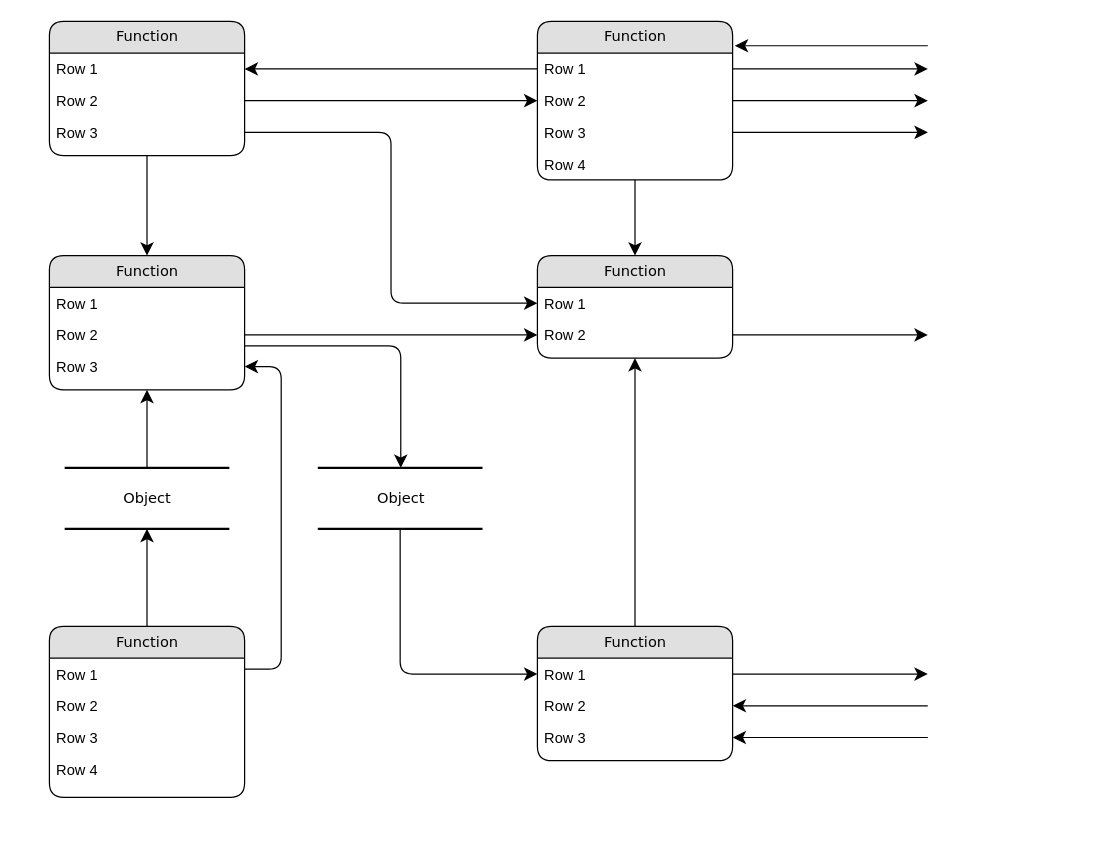
Kythonlk/delivery-system-dhabione keeps this draw.io diagram as Untitled Diagram.drawio. Above is the earlier version. Source tidied: cells renumbered, new cells numbered last; positions are measured from the earlier drawing's top-left corner, leaving out a move shared by most shapes. Both pictures are drawn from the tidied source at 122%, with x=0, y=0 at pixel (49, 21).
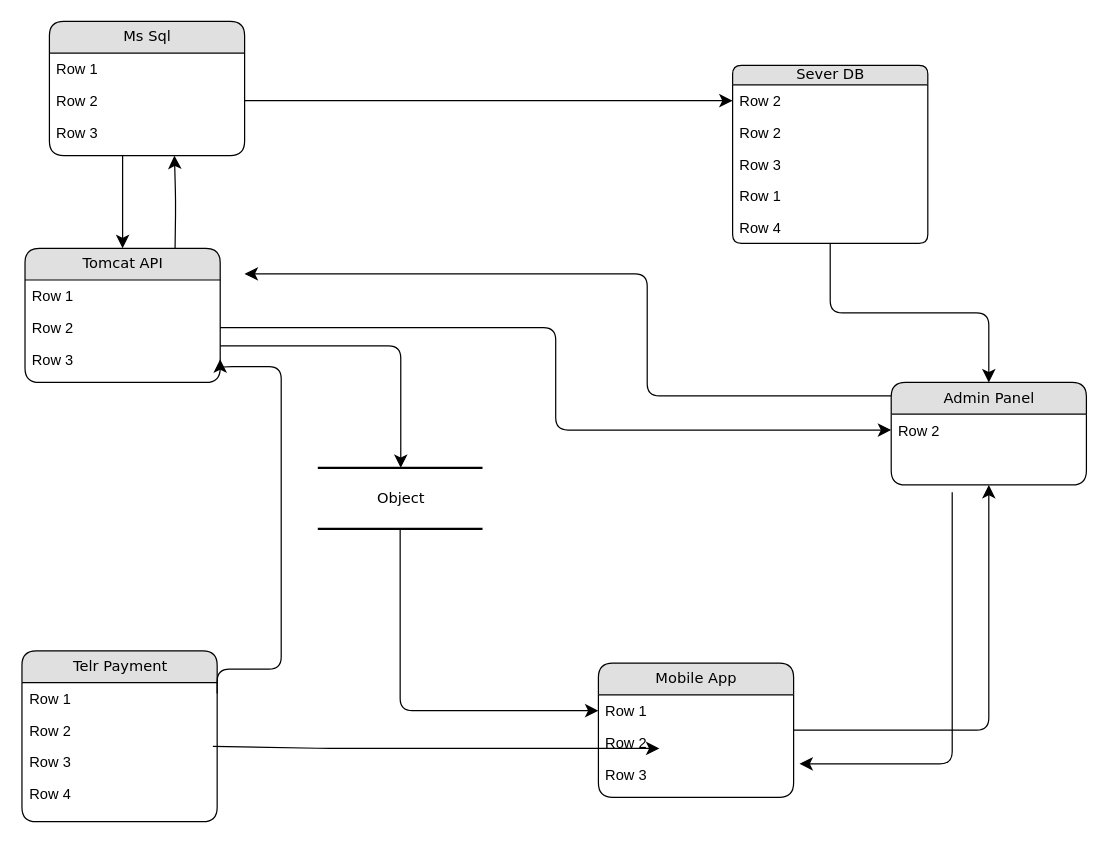
After the change.

The change refers to these unchanged cells:
```xml
<mxCell id="4" value="Row 1" style="text;html=1;strokeColor=none;fillColor=none;spacingLeft=4;spacingRight=4;whiteSpace=wrap;overflow=hidden;points=[[0,0.5],[1,0.5]];portConstraint=eastwest;" parent="3" vertex="1">
  <mxGeometry y="26" width="160" height="26" as="geometry" />
</mxCell>
<mxCell id="6" value="Row 3" style="text;html=1;strokeColor=none;fillColor=none;spacingLeft=4;spacingRight=4;whiteSpace=wrap;overflow=hidden;points=[[0,0.5],[1,0.5]];portConstraint=eastwest;" parent="3" vertex="1">
  <mxGeometry y="78" width="160" height="26" as="geometry" />
</mxCell>
<mxCell id="19" value="Row 3" style="text;html=1;strokeColor=none;fillColor=none;spacingLeft=4;spacingRight=4;whiteSpace=wrap;overflow=hidden;points=[[0,0.5],[1,0.5]];portConstraint=eastwest;" parent="16" vertex="1">
  <mxGeometry y="78" width="160" height="26" as="geometry" />
</mxCell>
<mxCell id="25" value="Row 1" style="text;html=1;strokeColor=none;fillColor=none;spacingLeft=4;spacingRight=4;whiteSpace=wrap;overflow=hidden;points=[[0,0.5],[1,0.5]];portConstraint=eastwest;" parent="24" vertex="1">
  <mxGeometry y="26" width="160" height="26" as="geometry" />
</mxCell>
<mxCell id="26" value="Row 2" style="text;html=1;strokeColor=none;fillColor=none;spacingLeft=4;spacingRight=4;whiteSpace=wrap;overflow=hidden;points=[[0,0.5],[1,0.5]];portConstraint=eastwest;" parent="24" vertex="1">
  <mxGeometry y="52" width="160" height="26" as="geometry" />
</mxCell>
<mxCell id="27" value="Row 3" style="text;html=1;strokeColor=none;fillColor=none;spacingLeft=4;spacingRight=4;whiteSpace=wrap;overflow=hidden;points=[[0,0.5],[1,0.5]];portConstraint=eastwest;" parent="24" vertex="1">
  <mxGeometry y="78" width="160" height="26" as="geometry" />
</mxCell>
```

The edit, as a diff of the source:
```diff
@@
-    <mxCell id="2" value="Object" style="html=1;rounded=0;shadow=0;comic=0;labelBackgroundColor=none;strokeWidth=2;fontFamily=Verdana;fontSize=12;align=center;shape=mxgraph.ios7ui.horLines;" parent="1" vertex="1">
-      <mxGeometry x="12.5" y="366" width="135" height="50" as="geometry" />
-    </mxCell>
+    <mxCell id="49" style="edgeStyle=orthogonalEdgeStyle;html=1;labelBackgroundColor=none;startFill=0;startSize=8;endFill=1;endSize=8;fontFamily=Verdana;fontSize=12;" parent="1" edge="1">
+      <mxGeometry relative="1" as="geometry">
+        <mxPoint x="690" y="307" as="sourcePoint" />
+        <mxPoint x="160" y="207" as="targetPoint" />
+        <Array as="points">
+          <mxPoint x="490" y="307" />
+          <mxPoint x="490" y="207" />
+        </Array>
+      </mxGeometry>
+    </mxCell>
-    <mxCell id="3" value="Function" style="swimlane;html=1;fontStyle=0;horizontal=1;startSize=26;fillColor=#e0e0e0;swimlaneFillColor=#ffffff;align=center;rounded=1;shadow=0;comic=0;labelBackgroundColor=none;strokeWidth=1;fontFamily=Verdana;fontSize=12;" parent="1" vertex="1">
+    <mxCell id="3" value="Ms Sql" style="swimlane;html=1;fontStyle=0;horizontal=1;startSize=26;fillColor=#e0e0e0;swimlaneFillColor=#ffffff;align=center;rounded=1;shadow=0;comic=0;labelBackgroundColor=none;strokeWidth=1;fontFamily=Verdana;fontSize=12;" parent="1" vertex="1">
       <mxGeometry width="160" height="110" as="geometry" />
     </mxCell>
@@
-    <mxCell id="7" value="Function" style="swimlane;html=1;fontStyle=0;horizontal=1;startSize=26;fillColor=#e0e0e0;swimlaneFillColor=#ffffff;align=center;rounded=1;shadow=0;comic=0;labelBackgroundColor=none;strokeWidth=1;fontFamily=Verdana;fontSize=12;" parent="1" vertex="1">
-      <mxGeometry x="400" width="160" height="130" as="geometry" />
+    <mxCell id="7" value="Sever DB" style="swimlane;html=1;fontStyle=0;horizontal=1;startSize=16;fillColor=#e0e0e0;swimlaneFillColor=#ffffff;align=center;rounded=1;shadow=0;comic=0;labelBackgroundColor=none;strokeWidth=1;fontFamily=Verdana;fontSize=12;" parent="1" vertex="1">
+      <mxGeometry x="560" y="36" width="160" height="146" as="geometry" />
     </mxCell>
+    <mxCell id="9" value="Row 2" style="text;html=1;strokeColor=none;fillColor=none;spacingLeft=4;spacingRight=4;whiteSpace=wrap;overflow=hidden;points=[[0,0.5],[1,0.5]];portConstraint=eastwest;" parent="7" vertex="1">
+      <mxGeometry y="16" width="160" height="26" as="geometry" />
+    </mxCell>
+    <mxCell id="50" value="Row 2" style="text;html=1;strokeColor=none;fillColor=none;spacingLeft=4;spacingRight=4;whiteSpace=wrap;overflow=hidden;" parent="7" vertex="1">
+      <mxGeometry y="42" width="160" height="26" as="geometry" />
+    </mxCell>
+    <mxCell id="10" value="Row 3" style="text;html=1;strokeColor=none;fillColor=none;spacingLeft=4;spacingRight=4;whiteSpace=wrap;overflow=hidden;points=[[0,0.5],[1,0.5]];portConstraint=eastwest;" parent="7" vertex="1">
+      <mxGeometry y="68" width="160" height="26" as="geometry" />
+    </mxCell>
     <mxCell id="8" value="Row 1" style="text;html=1;strokeColor=none;fillColor=none;spacingLeft=4;spacingRight=4;whiteSpace=wrap;overflow=hidden;points=[[0,0.5],[1,0.5]];portConstraint=eastwest;" parent="7" vertex="1">
-      <mxGeometry y="26" width="160" height="26" as="geometry" />
+      <mxGeometry y="94" width="160" height="26" as="geometry" />
     </mxCell>
-    <mxCell id="9" value="Row 2" style="text;html=1;strokeColor=none;fillColor=none;spacingLeft=4;spacingRight=4;whiteSpace=wrap;overflow=hidden;points=[[0,0.5],[1,0.5]];portConstraint=eastwest;" parent="7" vertex="1">
-      <mxGeometry y="52" width="160" height="26" as="geometry" />
-    </mxCell>
-    <mxCell id="10" value="Row 3" style="text;html=1;strokeColor=none;fillColor=none;spacingLeft=4;spacingRight=4;whiteSpace=wrap;overflow=hidden;points=[[0,0.5],[1,0.5]];portConstraint=eastwest;" parent="7" vertex="1">
-      <mxGeometry y="78" width="160" height="26" as="geometry" />
-    </mxCell>
     <mxCell id="11" value="Row 4" style="text;html=1;strokeColor=none;fillColor=none;spacingLeft=4;spacingRight=4;whiteSpace=wrap;overflow=hidden;" parent="7" vertex="1">
-      <mxGeometry y="104" width="160" height="26" as="geometry" />
+      <mxGeometry y="120" width="160" height="26" as="geometry" />
     </mxCell>
-    <mxCell id="12" value="Function" style="swimlane;html=1;fontStyle=0;horizontal=1;startSize=26;fillColor=#e0e0e0;swimlaneFillColor=#ffffff;align=center;rounded=1;shadow=0;comic=0;labelBackgroundColor=none;strokeWidth=1;fontFamily=Verdana;fontSize=12;" parent="1" vertex="1">
-      <mxGeometry y="192" width="160" height="110" as="geometry" />
+    <mxCell id="12" value="Tomcat API" style="swimlane;html=1;fontStyle=0;horizontal=1;startSize=26;fillColor=#e0e0e0;swimlaneFillColor=#ffffff;align=center;rounded=1;shadow=0;comic=0;labelBackgroundColor=none;strokeWidth=1;fontFamily=Verdana;fontSize=12;" parent="1" vertex="1">
+      <mxGeometry x="-20" y="186" width="160" height="110" as="geometry" />
     </mxCell>
@@
-    <mxCell id="16" value="Function" style="swimlane;html=1;fontStyle=0;horizontal=1;startSize=26;fillColor=#e0e0e0;swimlaneFillColor=#ffffff;align=center;rounded=1;shadow=0;comic=0;labelBackgroundColor=none;strokeWidth=1;fontFamily=Verdana;fontSize=12;" parent="1" vertex="1">
-      <mxGeometry y="496" width="160" height="140" as="geometry" />
+    <mxCell id="16" value="Telr Payment" style="swimlane;html=1;fontStyle=0;horizontal=1;startSize=26;fillColor=#e0e0e0;swimlaneFillColor=#ffffff;align=center;rounded=1;shadow=0;comic=0;labelBackgroundColor=none;strokeWidth=1;fontFamily=Verdana;fontSize=12;" parent="1" vertex="1">
+      <mxGeometry x="-22.5" y="516" width="160" height="140" as="geometry" />
     </mxCell>
@@
-    <mxCell id="21" value="Function" style="swimlane;html=1;fontStyle=0;horizontal=1;startSize=26;fillColor=#e0e0e0;swimlaneFillColor=#ffffff;align=center;rounded=1;shadow=0;comic=0;labelBackgroundColor=none;strokeWidth=1;fontFamily=Verdana;fontSize=12;" parent="1" vertex="1">
-      <mxGeometry x="400" y="192" width="160" height="84" as="geometry" />
+    <mxCell id="21" value="Admin Panel" style="swimlane;html=1;fontStyle=0;horizontal=1;startSize=26;fillColor=#e0e0e0;swimlaneFillColor=#ffffff;align=center;rounded=1;shadow=0;comic=0;labelBackgroundColor=none;strokeWidth=1;fontFamily=Verdana;fontSize=12;" parent="1" vertex="1">
+      <mxGeometry x="690" y="296" width="160" height="84" as="geometry" />
     </mxCell>
-    <mxCell id="22" value="Row 1" style="text;html=1;strokeColor=none;fillColor=none;spacingLeft=4;spacingRight=4;whiteSpace=wrap;overflow=hidden;points=[[0,0.5],[1,0.5]];portConstraint=eastwest;" parent="21" vertex="1">
-      <mxGeometry y="26" width="160" height="26" as="geometry" />
-    </mxCell>
     <mxCell id="23" value="Row 2" style="text;html=1;strokeColor=none;fillColor=none;spacingLeft=4;spacingRight=4;whiteSpace=wrap;overflow=hidden;points=[[0,0.5],[1,0.5]];portConstraint=eastwest;" parent="21" vertex="1">
-      <mxGeometry y="52" width="160" height="26" as="geometry" />
+      <mxGeometry y="26" width="160" height="26" as="geometry" />
     </mxCell>
-    <mxCell id="24" value="Function" style="swimlane;html=1;fontStyle=0;horizontal=1;startSize=26;fillColor=#e0e0e0;swimlaneFillColor=#ffffff;align=center;rounded=1;shadow=0;comic=0;labelBackgroundColor=none;strokeWidth=1;fontFamily=Verdana;fontSize=12;" parent="1" vertex="1">
-      <mxGeometry x="400" y="496" width="160" height="110" as="geometry" />
+    <mxCell id="24" value="Mobile App" style="swimlane;html=1;fontStyle=0;horizontal=1;startSize=26;fillColor=#e0e0e0;swimlaneFillColor=#ffffff;align=center;rounded=1;shadow=0;comic=0;labelBackgroundColor=none;strokeWidth=1;fontFamily=Verdana;fontSize=12;" parent="1" vertex="1">
+      <mxGeometry x="450" y="526" width="160" height="110" as="geometry" />
     </mxCell>
@@
-    <mxCell id="29" style="edgeStyle=none;html=1;labelBackgroundColor=none;startFill=0;startSize=8;endFill=1;endSize=8;fontFamily=Verdana;fontSize=12;" parent="1" edge="1" source="16" target="2">
-      <mxGeometry relative="1" as="geometry" />
+    <mxCell id="29" style="edgeStyle=none;html=1;labelBackgroundColor=none;startFill=0;startSize=8;endFill=1;endSize=8;fontFamily=Verdana;fontSize=12;exitX=0.978;exitY=0.008;exitDx=0;exitDy=0;exitPerimeter=0;" parent="1" edge="1" source="19">
+      <mxGeometry relative="1" as="geometry">
+        <mxPoint x="500" y="596" as="targetPoint" />
+        <Array as="points">
+          <mxPoint x="230" y="596" />
+        </Array>
+      </mxGeometry>
     </mxCell>
-    <mxCell id="30" style="edgeStyle=none;html=1;labelBackgroundColor=none;startFill=0;startSize=8;endFill=1;endSize=8;fontFamily=Verdana;fontSize=12;" parent="1" edge="1" source="2" target="12">
-      <mxGeometry relative="1" as="geometry" />
-    </mxCell>
@@
     <mxCell id="34" style="edgeStyle=orthogonalEdgeStyle;html=1;labelBackgroundColor=none;startFill=0;startSize=8;endFill=1;endSize=8;fontFamily=Verdana;fontSize=12;" parent="1" edge="1" source="3" target="12">
-      <mxGeometry relative="1" as="geometry" />
+      <mxGeometry relative="1" as="geometry">
+        <Array as="points">
+          <mxPoint x="60" y="136" />
+          <mxPoint x="60" y="136" />
+        </Array>
+      </mxGeometry>
     </mxCell>
@@
-    <mxCell id="38" style="edgeStyle=orthogonalEdgeStyle;html=1;exitX=0;exitY=0.5;entryX=1;entryY=0.5;labelBackgroundColor=none;startFill=0;startSize=8;endFill=1;endSize=8;fontFamily=Verdana;fontSize=12;" parent="1" edge="1" source="8" target="4">
-      <mxGeometry relative="1" as="geometry" />
+    <mxCell id="38" style="edgeStyle=orthogonalEdgeStyle;html=1;entryX=1;entryY=0.5;labelBackgroundColor=none;startFill=0;startSize=8;endFill=1;endSize=8;fontFamily=Verdana;fontSize=12;" parent="1" edge="1">
+      <mxGeometry relative="1" as="geometry">
+        <mxPoint x="103" y="186" as="sourcePoint" />
+        <mxPoint x="102.5" y="110" as="targetPoint" />
+      </mxGeometry>
     </mxCell>
-    <mxCell id="39" style="edgeStyle=orthogonalEdgeStyle;html=1;exitX=1;exitY=0.5;entryX=0;entryY=0.5;labelBackgroundColor=none;startFill=0;startSize=8;endFill=1;endSize=8;fontFamily=Verdana;fontSize=12;" parent="1" edge="1" source="6" target="22">
-      <mxGeometry relative="1" as="geometry" />
-    </mxCell>
@@
-    <mxCell id="41" style="edgeStyle=orthogonalEdgeStyle;html=1;labelBackgroundColor=none;startFill=0;startSize=8;endFill=1;endSize=8;fontFamily=Verdana;fontSize=12;" parent="1" edge="1" source="23">
-      <mxGeometry relative="1" as="geometry">
-        <mxPoint x="720" y="257" as="targetPoint" />
-      </mxGeometry>
-    </mxCell>
-    <mxCell id="42" style="edgeStyle=orthogonalEdgeStyle;html=1;exitX=1;exitY=0.5;labelBackgroundColor=none;startFill=0;startSize=8;endFill=1;endSize=8;fontFamily=Verdana;fontSize=12;" parent="1" edge="1" source="25">
-      <mxGeometry relative="1" as="geometry">
-        <mxPoint x="720" y="535" as="targetPoint" />
-      </mxGeometry>
-    </mxCell>
-    <mxCell id="43" style="edgeStyle=orthogonalEdgeStyle;html=1;labelBackgroundColor=none;startFill=0;startSize=8;endFill=1;endSize=8;fontFamily=Verdana;fontSize=12;entryX=1;entryY=0.5;" parent="1" edge="1" target="26">
+    <mxCell id="43" style="edgeStyle=orthogonalEdgeStyle;html=1;labelBackgroundColor=none;startFill=0;startSize=8;endFill=1;endSize=8;fontFamily=Verdana;fontSize=12;entryX=1.03;entryY=0.177;entryDx=0;entryDy=0;entryPerimeter=0;" parent="1" edge="1" target="27">
       <mxGeometry relative="1" as="geometry">
-        <mxPoint x="720" y="561" as="sourcePoint" />
+        <mxPoint x="740" y="386" as="sourcePoint" />
         <Array as="points">
-          <mxPoint x="720" y="561" />
+          <mxPoint x="740" y="609" />
         </Array>
       </mxGeometry>
     </mxCell>
-    <mxCell id="44" style="edgeStyle=orthogonalEdgeStyle;html=1;labelBackgroundColor=none;startFill=0;startSize=8;endFill=1;endSize=8;fontFamily=Verdana;fontSize=12;entryX=1;entryY=0.5;" parent="1" edge="1" target="27">
-      <mxGeometry relative="1" as="geometry">
-        <mxPoint x="720" y="587" as="sourcePoint" />
-        <Array as="points">
-          <mxPoint x="640" y="587" />
-          <mxPoint x="640" y="587" />
-        </Array>
-      </mxGeometry>
-    </mxCell>
-    <mxCell id="45" style="edgeStyle=orthogonalEdgeStyle;html=1;exitX=1;exitY=0.5;labelBackgroundColor=none;startFill=0;startSize=8;endFill=1;endSize=8;fontFamily=Verdana;fontSize=12;" parent="1" edge="1" source="8">
-      <mxGeometry relative="1" as="geometry">
-        <mxPoint x="720" y="39" as="targetPoint" />
-      </mxGeometry>
-    </mxCell>
-    <mxCell id="46" style="edgeStyle=orthogonalEdgeStyle;html=1;exitX=1;exitY=0.5;labelBackgroundColor=none;startFill=0;startSize=8;endFill=1;endSize=8;fontFamily=Verdana;fontSize=12;" parent="1" edge="1" source="9">
-      <mxGeometry relative="1" as="geometry">
-        <mxPoint x="720" y="65" as="targetPoint" />
-      </mxGeometry>
-    </mxCell>
-    <mxCell id="47" style="edgeStyle=orthogonalEdgeStyle;html=1;exitX=1;exitY=0.5;labelBackgroundColor=none;startFill=0;startSize=8;endFill=1;endSize=8;fontFamily=Verdana;fontSize=12;" parent="1" edge="1" source="10">
-      <mxGeometry relative="1" as="geometry">
-        <mxPoint x="720" y="91" as="targetPoint" />
-      </mxGeometry>
-    </mxCell>
-    <mxCell id="48" style="edgeStyle=elbowEdgeStyle;html=1;labelBackgroundColor=none;startFill=0;startSize=8;endFill=1;endSize=8;fontFamily=Verdana;fontSize=12;elbow=vertical;entryX=1.011;entryY=0.152;entryPerimeter=0;" parent="1" edge="1" target="7">
-      <mxGeometry relative="1" as="geometry">
-        <mxPoint x="720" y="20" as="sourcePoint" />
-        <Array as="points">
-          <mxPoint x="650" y="20" />
-        </Array>
-      </mxGeometry>
-    </mxCell>
```
